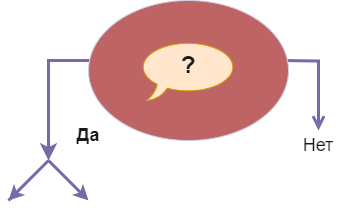
The draw.io diagram forwar-thinking.drawio.png in lissa3/menubar, before a commit. Source tidied: cells renumbered, new cells last; positions are measured from the earlier drawing's top-left corner, leaving out a move shared by most shapes.
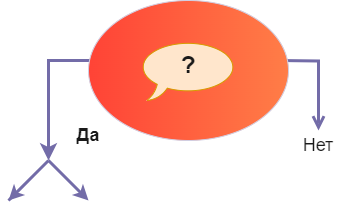
The same file after the commit.

Change to the diagram source:
```diff
@@ -36,7 +36,7 @@
     <mxCell id="7" value="&lt;font style=&quot;font-size: 18px;&quot;&gt;&lt;b&gt;Да&lt;/b&gt;&lt;/font&gt;" style="text;html=1;align=center;verticalAlign=middle;whiteSpace=wrap;rounded=0;fontColor=#1A1A1A;labelBackgroundColor=none;" parent="1" vertex="1">
       <mxGeometry x="50" y="120" width="60" height="30" as="geometry" />
     </mxCell>
-    <mxCell id="8" style="ellipse;whiteSpace=wrap;html=1;strokeColor=#D0CEE2;fontColor=#1A1A1A;fillColor=#BE6464;" parent="1" vertex="1">
+    <mxCell id="8" style="ellipse;whiteSpace=wrap;html=1;strokeColor=#D0CEE2;fontColor=#1A1A1A;fillColor=#ff4336;gradientColor=#ff7d47;gradientDirection=east;" parent="1" vertex="1">
       <mxGeometry x="80" width="200" height="140" as="geometry" />
     </mxCell>
     <mxCell id="9" style="whiteSpace=wrap;html=1;shape=mxgraph.basic.oval_callout;strokeColor=#d79b00;fillColor=#ffe6cc;" parent="1" vertex="1">
```
